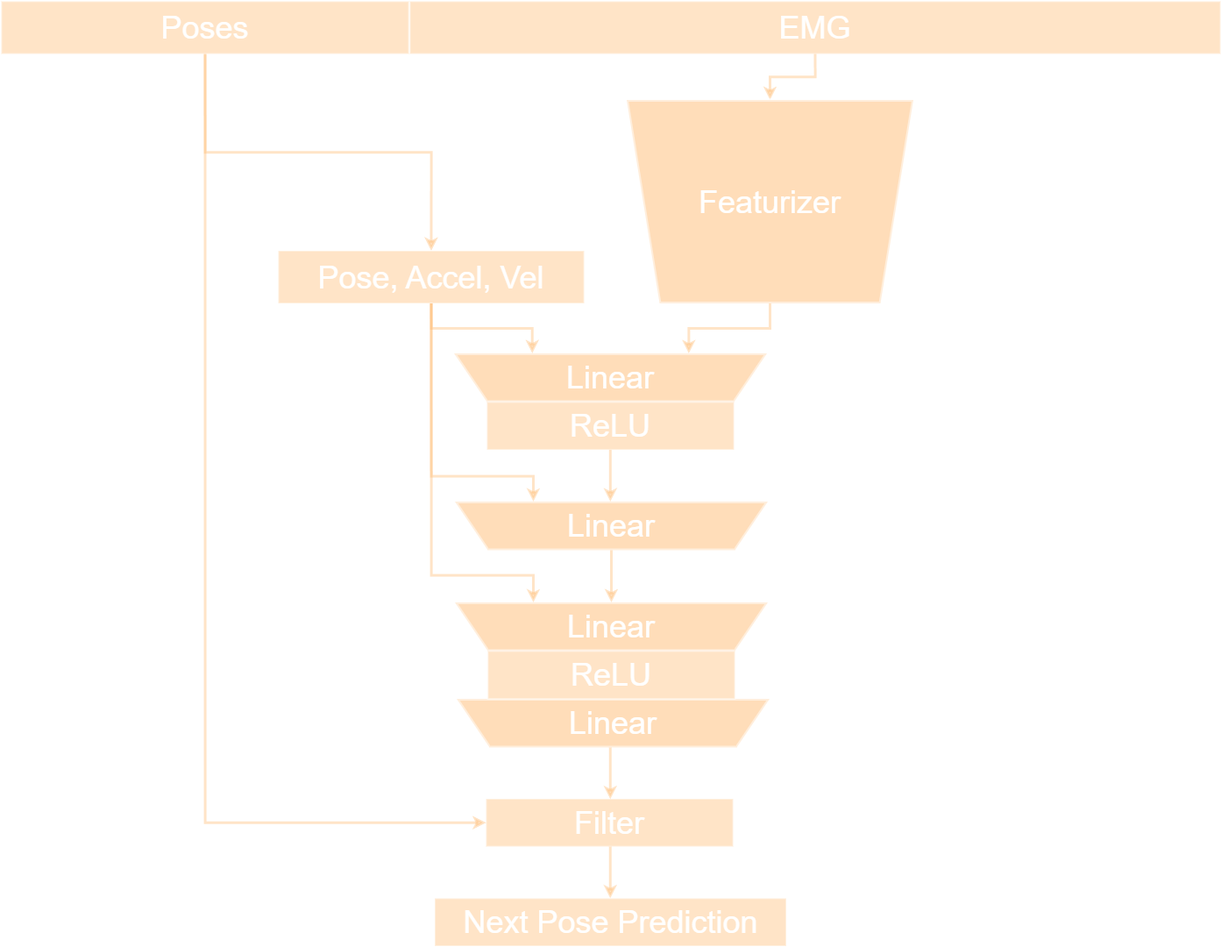
Earlier version of the draw.io export figs/model.drawio.png (Senopiece/thesis). Source tidied: cells renumbered, new cells last; positions are measured from the earlier drawing's top-left corner, leaving out a move shared by most shapes.
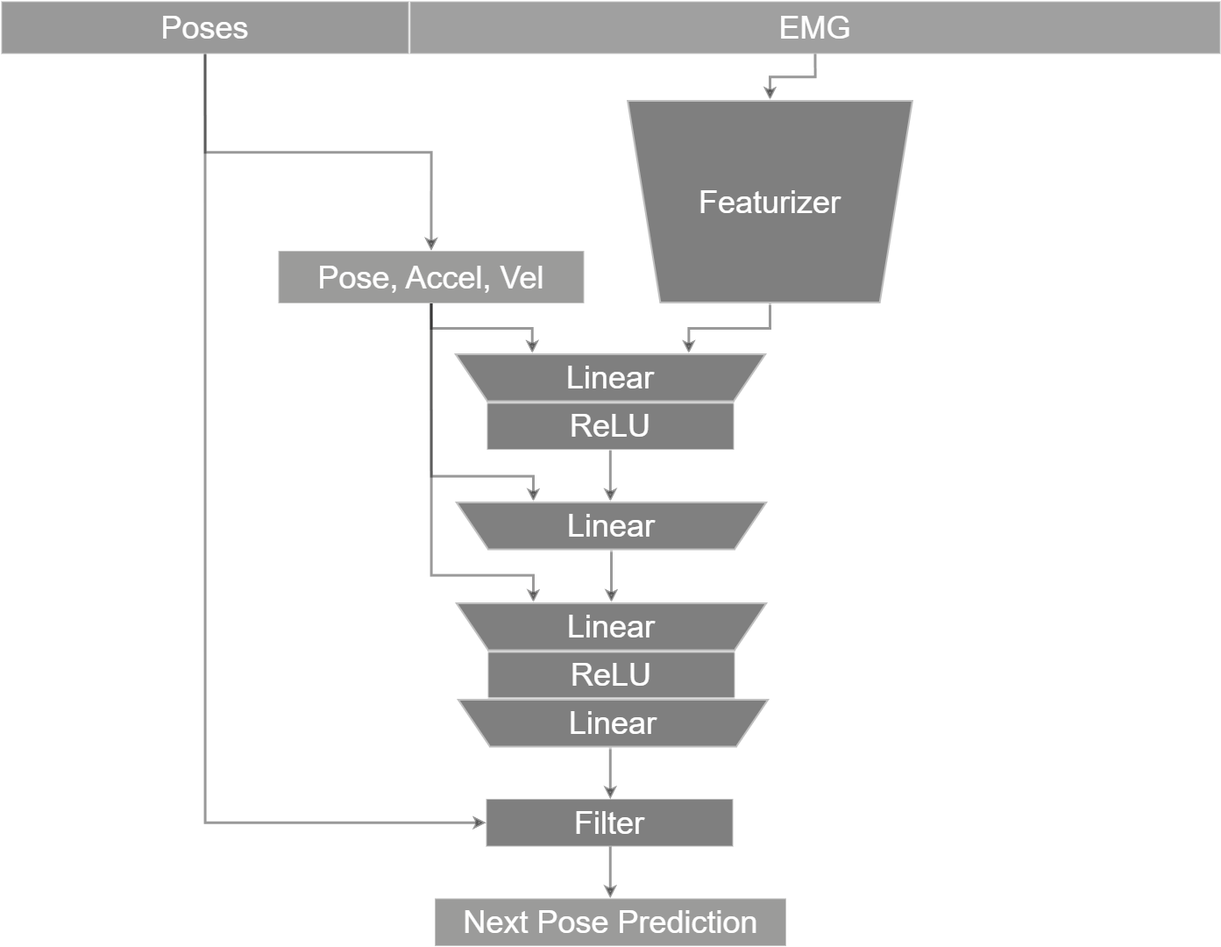
After the commit.

The edit, as a diff of the source:
```diff
@@ -2,82 +2,31 @@
   <root>
     <mxCell id="0" />
     <mxCell id="1" parent="0" />
-    <mxCell id="2" value="&lt;font style=&quot;font-size: 36px;&quot;&gt;EMG&lt;/font&gt;" style="rounded=0;whiteSpace=wrap;html=1;fillColor=#FFBB73;strokeWidth=2;opacity=40;" parent="1" vertex="1">
+    <mxCell id="2" value="&lt;font style=&quot;font-size: 36px;&quot;&gt;EMG&lt;/font&gt;" style="rounded=0;whiteSpace=wrap;html=1;fillColor=default;strokeWidth=2;opacity=40;fillStyle=auto;" parent="1" vertex="1">
       <mxGeometry x="466" width="925" height="60" as="geometry" />
     </mxCell>
-    <mxCell id="3" style="edgeStyle=orthogonalEdgeStyle;rounded=0;jettySize=auto;html=1;exitX=0.5;exitY=1;exitDx=0;exitDy=0;entryX=0.5;entryY=0;entryDx=0;entryDy=0;strokeColor=#FFBB73;strokeWidth=3;opacity=40;" parent="1" edge="1" source="4" target="5">
+    <mxCell id="3" style="edgeStyle=orthogonalEdgeStyle;rounded=0;jettySize=auto;html=1;exitX=0.5;exitY=1;exitDx=0;exitDy=0;entryX=0.5;entryY=0;entryDx=0;entryDy=0;strokeColor=#010101;strokeWidth=3;opacity=40;" parent="1" edge="1" source="4" target="5">
       <mxGeometry relative="1" as="geometry" />
     </mxCell>
-    <mxCell id="4" value="&lt;font style=&quot;font-size: 36px;&quot;&gt;Poses&lt;/font&gt;" style="rounded=0;whiteSpace=wrap;html=1;fillColor=#FFBB73;strokeWidth=2;opacity=40;" parent="1" vertex="1">
+    <mxCell id="4" value="&lt;font style=&quot;font-size: 36px;&quot;&gt;Poses&lt;/font&gt;" style="rounded=0;whiteSpace=wrap;html=1;fillColor=#000000;strokeWidth=2;opacity=40;" parent="1" vertex="1">
       <mxGeometry width="465" height="60" as="geometry" />
     </mxCell>
-    <mxCell id="5" value="&lt;font style=&quot;font-size: 36px;&quot;&gt;Pose, Accel, Vel&lt;/font&gt;" style="rounded=0;whiteSpace=wrap;html=1;fillColor=#FFBB73;strokeWidth=2;opacity=40;" parent="1" vertex="1">
+    <mxCell id="5" value="&lt;font style=&quot;font-size: 36px;&quot;&gt;Pose, Accel, Vel&lt;/font&gt;" style="rounded=0;whiteSpace=wrap;html=1;fillColor=#060503;strokeWidth=2;opacity=40;" parent="1" vertex="1">
       <mxGeometry x="316" y="284.5" width="349" height="60" as="geometry" />
     </mxCell>
-    <mxCell id="6" style="edgeStyle=orthogonalEdgeStyle;rounded=0;jettySize=auto;html=1;exitX=0.5;exitY=1;exitDx=0;exitDy=0;strokeColor=#FFBB73;strokeWidth=3;opacity=40;entryX=0.5;entryY=1;entryDx=0;entryDy=0;" parent="1" edge="1" source="2" target="8">
+    <mxCell id="6" style="edgeStyle=orthogonalEdgeStyle;rounded=0;jettySize=auto;html=1;exitX=0.5;exitY=1;exitDx=0;exitDy=0;strokeColor=#000000;strokeWidth=3;opacity=40;entryX=0.5;entryY=1;entryDx=0;entryDy=0;" parent="1" edge="1" source="2" target="8">
       <mxGeometry relative="1" as="geometry" />
     </mxCell>
-    <mxCell id="7" style="group;" parent="1" vertex="1">
-      <mxGeometry x="713" y="112.5" width="328" height="232" as="geometry" />
-    </mxCell>
-    <mxCell id="8" style="shape=trapezoid;perimeter=trapezoidPerimeter;whiteSpace=wrap;html=1;fixedSize=1;size=37.56544597534412;gradientColor=none;fillColor=light-dark(#FFFFFF,#FFBB73);strokeColor=default;opacity=50;strokeWidth=4;rotation=-180;gradientDirection=north;" parent="7" vertex="1">
-      <mxGeometry x="0.4" width="327.2" height="232" as="geometry" />
-    </mxCell>
-    <mxCell id="9" value="&lt;font style=&quot;font-size: 36px;&quot;&gt;Featurizer&lt;/font&gt;" style="rounded=0;whiteSpace=wrap;html=1;fillColor=none;strokeWidth=2;opacity=40;strokeColor=none;" parent="7" vertex="1">
-      <mxGeometry y="55.5" width="328" height="121" as="geometry" />
-    </mxCell>
-    <mxCell id="10" style="group;" parent="1" vertex="1">
-      <mxGeometry x="516" y="401.5" width="358" height="110" as="geometry" />
-    </mxCell>
-    <mxCell id="11" style="group;" parent="10" vertex="1">
-      <mxGeometry width="358" height="55.5" as="geometry" />
-    </mxCell>
-    <mxCell id="12" style="shape=trapezoid;perimeter=trapezoidPerimeter;whiteSpace=wrap;html=1;fixedSize=1;size=37.56544597534412;gradientColor=none;fillColor=light-dark(#FFFFFF,#FFBB73);strokeColor=default;opacity=50;strokeWidth=4;rotation=-180;" parent="11" vertex="1">
-      <mxGeometry x="0.5" width="357.1" height="55.5" as="geometry" />
-    </mxCell>
-    <mxCell id="13" value="&lt;font style=&quot;font-size: 36px;&quot;&gt;Linear&lt;/font&gt;" style="rounded=0;whiteSpace=wrap;html=1;fillColor=none;strokeWidth=2;opacity=40;strokeColor=none;" parent="11" vertex="1">
-      <mxGeometry y="13.3" width="358" height="29" as="geometry" />
-    </mxCell>
-    <mxCell id="14" value="&lt;font style=&quot;font-size: 36px;&quot;&gt;ReLU&lt;/font&gt;" style="rounded=0;whiteSpace=wrap;html=1;fillColor=#FFBB73;strokeWidth=2;opacity=40;" parent="10" vertex="1">
-      <mxGeometry x="38" y="55.5" width="282" height="54.5" as="geometry" />
-    </mxCell>
-    <mxCell id="15" style="edgeStyle=orthogonalEdgeStyle;rounded=0;jettySize=auto;html=1;exitX=0.5;exitY=1;exitDx=0;exitDy=0;strokeColor=#FFBB73;strokeWidth=3;opacity=40;entryX=0.75;entryY=1;entryDx=0;entryDy=0;" parent="1" edge="1" source="5" target="12">
+    <mxCell id="15" style="edgeStyle=orthogonalEdgeStyle;rounded=0;jettySize=auto;html=1;exitX=0.5;exitY=1;exitDx=0;exitDy=0;strokeColor=#000000;strokeWidth=3;opacity=40;entryX=0.75;entryY=1;entryDx=0;entryDy=0;" parent="1" edge="1" source="5" target="12">
       <mxGeometry relative="1" as="geometry" />
     </mxCell>
-    <mxCell id="16" style="edgeStyle=orthogonalEdgeStyle;rounded=0;jettySize=auto;html=1;exitX=0.5;exitY=0;exitDx=0;exitDy=0;strokeColor=#FFBB73;strokeWidth=3;opacity=40;entryX=0.25;entryY=1;entryDx=0;entryDy=0;" parent="1" edge="1" source="8" target="12">
+    <mxCell id="16" style="edgeStyle=orthogonalEdgeStyle;rounded=0;jettySize=auto;html=1;exitX=0.5;exitY=0;exitDx=0;exitDy=0;strokeColor=#000000;strokeWidth=3;opacity=40;entryX=0.25;entryY=1;entryDx=0;entryDy=0;" parent="1" edge="1" source="8" target="12">
       <mxGeometry relative="1" as="geometry" />
     </mxCell>
-    <mxCell id="17" style="group;" parent="1" vertex="1">
-      <mxGeometry x="519" y="795.5" width="358" height="55.5" as="geometry" />
-    </mxCell>
-    <mxCell id="18" style="shape=trapezoid;perimeter=trapezoidPerimeter;whiteSpace=wrap;html=1;fixedSize=1;size=37.56544597534412;gradientColor=none;fillColor=light-dark(#FFFFFF,#FFBB73);strokeColor=default;opacity=50;strokeWidth=4;rotation=-180;" parent="17" vertex="1">
-      <mxGeometry x="0.5" width="357.1" height="55.5" as="geometry" />
-    </mxCell>
-    <mxCell id="19" value="&lt;font style=&quot;font-size: 36px;&quot;&gt;Linear&lt;/font&gt;" style="rounded=0;whiteSpace=wrap;html=1;fillColor=none;strokeWidth=2;opacity=40;strokeColor=none;" parent="17" vertex="1">
-      <mxGeometry y="13.3" width="358" height="29" as="geometry" />
-    </mxCell>
-    <mxCell id="20" style="group;" parent="1" vertex="1">
-      <mxGeometry x="517" y="685.5" width="358" height="55.5" as="geometry" />
-    </mxCell>
-    <mxCell id="21" style="shape=trapezoid;perimeter=trapezoidPerimeter;whiteSpace=wrap;html=1;fixedSize=1;size=37.56544597534412;gradientColor=none;fillColor=light-dark(#FFFFFF,#FFBB73);strokeColor=default;opacity=50;strokeWidth=4;rotation=-180;" parent="20" vertex="1">
-      <mxGeometry x="0.5" width="357.1" height="55.5" as="geometry" />
-    </mxCell>
-    <mxCell id="22" value="&lt;font style=&quot;font-size: 36px;&quot;&gt;Linear&lt;/font&gt;" style="rounded=0;whiteSpace=wrap;html=1;fillColor=none;strokeWidth=2;opacity=40;strokeColor=none;" parent="20" vertex="1">
-      <mxGeometry y="13.3" width="358" height="29" as="geometry" />
-    </mxCell>
-    <mxCell id="23" value="&lt;font style=&quot;font-size: 36px;&quot;&gt;ReLU&lt;/font&gt;" style="rounded=0;whiteSpace=wrap;html=1;fillColor=#FFBB73;strokeWidth=2;opacity=40;" parent="1" vertex="1">
+    <mxCell id="23" value="&lt;font style=&quot;font-size: 36px;&quot;&gt;ReLU&lt;/font&gt;" style="rounded=0;whiteSpace=wrap;html=1;fillColor=#010101;strokeWidth=2;opacity=50;" parent="1" vertex="1">
       <mxGeometry x="555" y="741" width="282" height="54.5" as="geometry" />
     </mxCell>
-    <mxCell id="24" style="group;" parent="1" vertex="1">
-      <mxGeometry x="517" y="570.5" width="358" height="55.5" as="geometry" />
-    </mxCell>
-    <mxCell id="25" style="shape=trapezoid;perimeter=trapezoidPerimeter;whiteSpace=wrap;html=1;fixedSize=1;size=37.56544597534412;gradientColor=none;fillColor=light-dark(#FFFFFF,#FFBB73);strokeColor=default;opacity=50;strokeWidth=4;rotation=-180;" parent="24" vertex="1">
-      <mxGeometry x="0.5" width="357.1" height="55.5" as="geometry" />
-    </mxCell>
-    <mxCell id="26" value="&lt;font style=&quot;font-size: 36px;&quot;&gt;Linear&lt;/font&gt;" style="rounded=0;whiteSpace=wrap;html=1;fillColor=none;strokeWidth=2;opacity=40;strokeColor=none;" parent="24" vertex="1">
-      <mxGeometry y="13.3" width="358" height="29" as="geometry" />
-    </mxCell>
-    <mxCell id="27" style="edgeStyle=orthogonalEdgeStyle;rounded=0;jettySize=auto;html=1;exitX=0.5;exitY=1;exitDx=0;exitDy=0;strokeColor=#FFBB73;strokeWidth=3;opacity=40;entryX=0.75;entryY=1;entryDx=0;entryDy=0;" parent="1" edge="1" source="5" target="25">
+    <mxCell id="27" style="edgeStyle=orthogonalEdgeStyle;rounded=0;jettySize=auto;html=1;exitX=0.5;exitY=1;exitDx=0;exitDy=0;strokeColor=#000000;strokeWidth=3;opacity=40;entryX=0.75;entryY=1;entryDx=0;entryDy=0;" parent="1" edge="1" source="5" target="25">
       <mxGeometry relative="1" as="geometry">
         <Array as="points">
           <mxPoint x="491" y="541.5" />
@@ -86,10 +35,10 @@
         </Array>
       </mxGeometry>
     </mxCell>
-    <mxCell id="28" style="edgeStyle=orthogonalEdgeStyle;rounded=0;jettySize=auto;html=1;exitX=0.5;exitY=0;exitDx=0;exitDy=0;strokeColor=#FFBB73;strokeWidth=3;opacity=40;entryX=0.5;entryY=1;entryDx=0;entryDy=0;" parent="1" edge="1" source="25" target="21">
+    <mxCell id="28" style="edgeStyle=orthogonalEdgeStyle;rounded=0;jettySize=auto;html=1;exitX=0.5;exitY=0;exitDx=0;exitDy=0;strokeColor=#000000;strokeWidth=3;opacity=40;entryX=0.5;entryY=1;entryDx=0;entryDy=0;" parent="1" edge="1" source="25" target="21">
       <mxGeometry relative="1" as="geometry" />
     </mxCell>
-    <mxCell id="29" style="edgeStyle=orthogonalEdgeStyle;rounded=0;jettySize=auto;html=1;exitX=0.5;exitY=1;exitDx=0;exitDy=0;strokeColor=#FFBB73;strokeWidth=3;opacity=40;entryX=0.75;entryY=1;entryDx=0;entryDy=0;" parent="1" edge="1" source="5" target="21">
+    <mxCell id="29" style="edgeStyle=orthogonalEdgeStyle;rounded=0;jettySize=auto;html=1;exitX=0.5;exitY=1;exitDx=0;exitDy=0;strokeColor=#040302;strokeWidth=3;opacity=40;entryX=0.75;entryY=1;entryDx=0;entryDy=0;" parent="1" edge="1" source="5" target="21">
       <mxGeometry relative="1" as="geometry">
         <Array as="points">
           <mxPoint x="491" y="654.5" />
@@ -98,32 +47,65 @@
         </Array>
       </mxGeometry>
     </mxCell>
-    <mxCell id="30" style="edgeStyle=orthogonalEdgeStyle;rounded=0;orthogonalLoop=1;jettySize=auto;html=1;exitX=0.5;exitY=0;exitDx=0;exitDy=0;strokeColor=#FFBB73;strokeWidth=3;opacity=40;entryX=0.5;entryY=1;entryDx=0;entryDy=0;" parent="1" edge="1">
+    <mxCell id="30" style="edgeStyle=orthogonalEdgeStyle;rounded=0;orthogonalLoop=1;jettySize=auto;html=1;exitX=0.5;exitY=0;exitDx=0;exitDy=0;strokeColor=#000000;strokeWidth=3;opacity=40;entryX=0.5;entryY=1;entryDx=0;entryDy=0;" parent="1" edge="1">
       <mxGeometry relative="1" as="geometry">
         <mxPoint x="694.8" y="511.5" as="sourcePoint" />
         <mxPoint x="694.8" y="570.5" as="targetPoint" />
       </mxGeometry>
     </mxCell>
-    <mxCell id="31" value="&lt;font style=&quot;font-size: 36px;&quot;&gt;Filter&lt;/font&gt;" style="rounded=0;whiteSpace=wrap;html=1;fillColor=#FFBB73;strokeWidth=2;opacity=40;" parent="1" vertex="1">
+    <mxCell id="31" value="&lt;font style=&quot;font-size: 36px;&quot;&gt;Filter&lt;/font&gt;" style="rounded=0;whiteSpace=wrap;html=1;fillColor=#000000;strokeWidth=2;opacity=50;" parent="1" vertex="1">
       <mxGeometry x="553" y="909.5" width="282" height="54.5" as="geometry" />
     </mxCell>
-    <mxCell id="32" style="edgeStyle=orthogonalEdgeStyle;rounded=0;orthogonalLoop=1;jettySize=auto;html=1;exitX=0.5;exitY=0;exitDx=0;exitDy=0;strokeColor=#FFBB73;strokeWidth=3;opacity=40;entryX=0.5;entryY=1;entryDx=0;entryDy=0;" parent="1" edge="1">
+    <mxCell id="32" style="edgeStyle=orthogonalEdgeStyle;rounded=0;orthogonalLoop=1;jettySize=auto;html=1;exitX=0.5;exitY=0;exitDx=0;exitDy=0;strokeColor=#010101;strokeWidth=3;opacity=40;entryX=0.5;entryY=1;entryDx=0;entryDy=0;" parent="1" edge="1">
       <mxGeometry relative="1" as="geometry">
         <mxPoint x="694.8" y="851" as="sourcePoint" />
         <mxPoint x="694.8" y="910" as="targetPoint" />
       </mxGeometry>
     </mxCell>
-    <mxCell id="33" style="edgeStyle=orthogonalEdgeStyle;rounded=0;jettySize=auto;html=1;exitX=0.5;exitY=1;exitDx=0;exitDy=0;entryX=0;entryY=0.5;entryDx=0;entryDy=0;strokeColor=#FFBB73;strokeWidth=3;opacity=40;" parent="1" edge="1" source="4" target="31">
+    <mxCell id="33" style="edgeStyle=orthogonalEdgeStyle;rounded=0;jettySize=auto;html=1;exitX=0.5;exitY=1;exitDx=0;exitDy=0;entryX=0;entryY=0.5;entryDx=0;entryDy=0;strokeColor=#010101;strokeWidth=3;opacity=40;" parent="1" edge="1" source="4" target="31">
       <mxGeometry relative="1" as="geometry" />
     </mxCell>
-    <mxCell id="34" style="edgeStyle=orthogonalEdgeStyle;rounded=0;orthogonalLoop=1;jettySize=auto;html=1;exitX=0.5;exitY=0;exitDx=0;exitDy=0;strokeColor=#FFBB73;strokeWidth=3;opacity=40;entryX=0.5;entryY=1;entryDx=0;entryDy=0;" parent="1" edge="1">
+    <mxCell id="34" style="edgeStyle=orthogonalEdgeStyle;rounded=0;orthogonalLoop=1;jettySize=auto;html=1;exitX=0.5;exitY=0;exitDx=0;exitDy=0;strokeColor=#010101;strokeWidth=3;opacity=40;entryX=0.5;entryY=1;entryDx=0;entryDy=0;" parent="1" edge="1">
       <mxGeometry relative="1" as="geometry">
         <mxPoint x="694.8" y="964" as="sourcePoint" />
         <mxPoint x="694.8" y="1023" as="targetPoint" />
       </mxGeometry>
     </mxCell>
-    <mxCell id="35" value="&lt;span style=&quot;font-size: 36px;&quot;&gt;Next Pose Prediction&lt;/span&gt;" style="rounded=0;whiteSpace=wrap;html=1;fillColor=#FFBB73;strokeWidth=2;opacity=40;" parent="1" vertex="1">
+    <mxCell id="35" value="&lt;span style=&quot;font-size: 36px;&quot;&gt;Next Pose Prediction&lt;/span&gt;" style="rounded=0;whiteSpace=wrap;html=1;fillColor=#060503;strokeWidth=2;opacity=40;" parent="1" vertex="1">
       <mxGeometry x="494.5" y="1023" width="401" height="54.5" as="geometry" />
     </mxCell>
+    <mxCell id="8" style="shape=trapezoid;perimeter=trapezoidPerimeter;whiteSpace=wrap;html=1;fixedSize=1;size=37.56544597534412;gradientColor=none;fillColor=light-dark(#FFFFFF,#000000);strokeColor=default;opacity=50;strokeWidth=4;rotation=-180;gradientDirection=north;" parent="1" vertex="1">
+      <mxGeometry x="713.4" y="112.5" width="327.2" height="232" as="geometry" />
+    </mxCell>
+    <mxCell id="9" value="&lt;font style=&quot;font-size: 36px;&quot;&gt;Featurizer&lt;/font&gt;" style="rounded=0;whiteSpace=wrap;html=1;fillColor=none;strokeWidth=2;opacity=40;strokeColor=none;" parent="1" vertex="1">
+      <mxGeometry x="713" y="168" width="328" height="121" as="geometry" />
+    </mxCell>
+    <mxCell id="14" value="&lt;font style=&quot;font-size: 36px;&quot;&gt;ReLU&lt;/font&gt;" style="rounded=0;whiteSpace=wrap;html=1;fillColor=#000000;strokeWidth=2;opacity=50;" parent="1" vertex="1">
+      <mxGeometry x="554" y="457" width="282" height="54.5" as="geometry" />
+    </mxCell>
+    <mxCell id="12" style="shape=trapezoid;perimeter=trapezoidPerimeter;whiteSpace=wrap;html=1;fixedSize=1;size=37.56544597534412;gradientColor=none;fillColor=light-dark(#FFFFFF,#000000);strokeColor=default;opacity=50;strokeWidth=4;rotation=-180;" parent="1" vertex="1">
+      <mxGeometry x="516.5" y="401.5" width="357.1" height="55.5" as="geometry" />
+    </mxCell>
+    <mxCell id="13" value="&lt;font style=&quot;font-size: 36px;&quot;&gt;Linear&lt;/font&gt;" style="rounded=0;whiteSpace=wrap;html=1;fillColor=none;strokeWidth=2;opacity=40;strokeColor=none;" parent="1" vertex="1">
+      <mxGeometry x="516" y="414.8" width="358" height="29" as="geometry" />
+    </mxCell>
+    <mxCell id="25" style="shape=trapezoid;perimeter=trapezoidPerimeter;whiteSpace=wrap;html=1;fixedSize=1;size=37.56544597534412;gradientColor=none;fillColor=light-dark(#FFFFFF,#010101);strokeColor=default;opacity=50;strokeWidth=4;rotation=-180;" parent="1" vertex="1">
+      <mxGeometry x="517.5" y="570.5" width="357.1" height="55.5" as="geometry" />
+    </mxCell>
+    <mxCell id="26" value="&lt;font style=&quot;font-size: 36px;&quot;&gt;Linear&lt;/font&gt;" style="rounded=0;whiteSpace=wrap;html=1;fillColor=none;strokeWidth=2;opacity=40;strokeColor=none;" parent="1" vertex="1">
+      <mxGeometry x="517" y="583.8" width="358" height="29" as="geometry" />
+    </mxCell>
+    <mxCell id="21" style="shape=trapezoid;perimeter=trapezoidPerimeter;whiteSpace=wrap;html=1;fixedSize=1;size=37.56544597534412;gradientColor=none;fillColor=light-dark(#FFFFFF,#000000);strokeColor=default;opacity=50;strokeWidth=4;rotation=-180;" parent="1" vertex="1">
+      <mxGeometry x="517.5" y="685.5" width="357.1" height="55.5" as="geometry" />
+    </mxCell>
+    <mxCell id="22" value="&lt;font style=&quot;font-size: 36px;&quot;&gt;Linear&lt;/font&gt;" style="rounded=0;whiteSpace=wrap;html=1;fillColor=none;strokeWidth=2;opacity=40;strokeColor=none;" parent="1" vertex="1">
+      <mxGeometry x="517" y="698.8" width="358" height="29" as="geometry" />
+    </mxCell>
+    <mxCell id="18" style="shape=trapezoid;perimeter=trapezoidPerimeter;whiteSpace=wrap;html=1;fixedSize=1;size=37.56544597534412;gradientColor=none;fillColor=light-dark(#FFFFFF,#000000);strokeColor=default;opacity=50;strokeWidth=4;rotation=-180;" parent="1" vertex="1">
+      <mxGeometry x="519.5" y="795.5" width="357.1" height="55.5" as="geometry" />
+    </mxCell>
+    <mxCell id="19" value="&lt;font style=&quot;font-size: 36px;&quot;&gt;Linear&lt;/font&gt;" style="rounded=0;whiteSpace=wrap;html=1;fillColor=none;strokeWidth=2;opacity=40;strokeColor=none;" parent="1" vertex="1">
+      <mxGeometry x="519" y="808.8" width="358" height="29" as="geometry" />
+    </mxCell>
   </root>
 </mxGraphModel>
```
